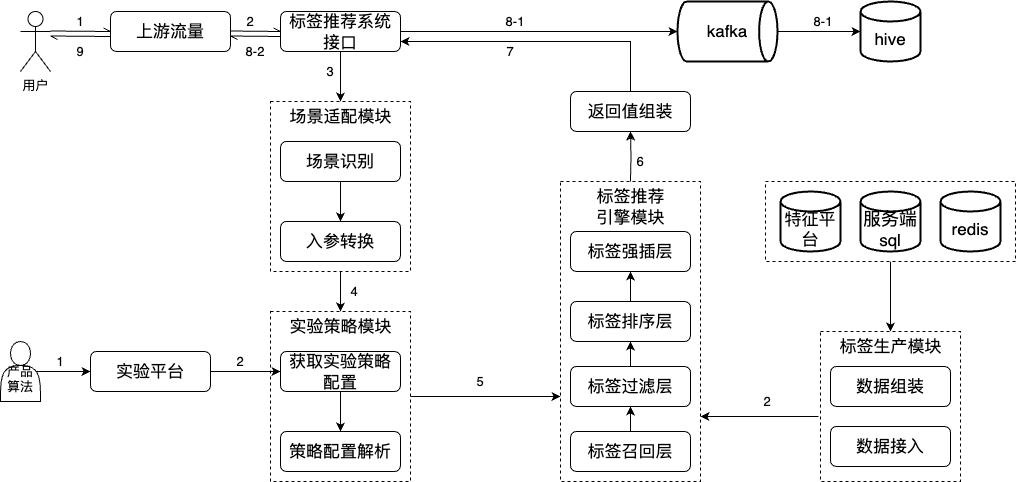
Above: work-draw-file/标签平台数据链路图.png in liujunao/draw-data (draw.io), before the change. Source tidied: cells renumbered, new cells last; positions are measured from the earlier drawing's top-left corner, leaving out a move shared by most shapes.
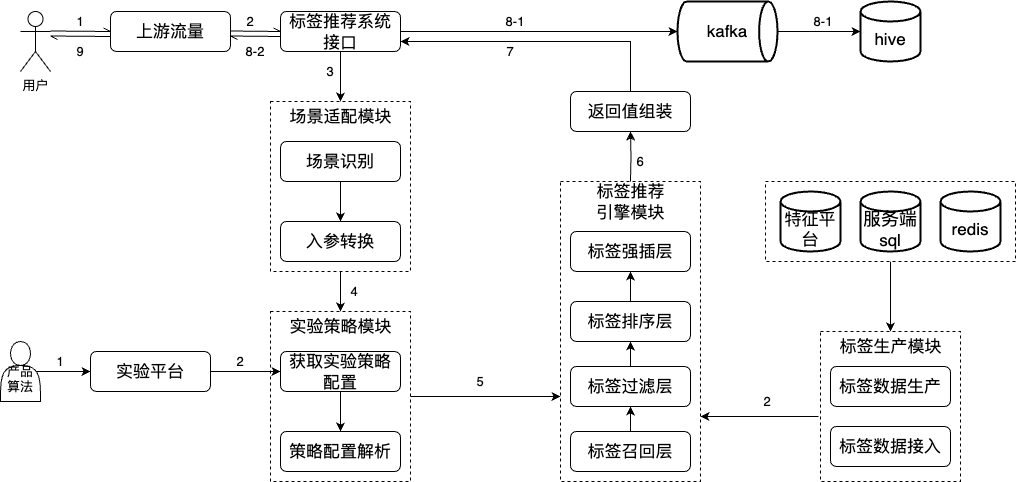
After the commit.

Commit message:
更新标签平台数据链路图.png

What changed in the source:
```diff
@@ -61,7 +61,7 @@
     <mxCell id="19" value="&lt;font size=&quot;3&quot;&gt;标签强插层&lt;/font&gt;" style="rounded=1;whiteSpace=wrap;html=1;" parent="1" vertex="1">
       <mxGeometry x="570" y="230" width="120" height="40" as="geometry" />
     </mxCell>
-    <mxCell id="20" value="&lt;font size=&quot;3&quot;&gt;数据接入&lt;/font&gt;" style="rounded=1;whiteSpace=wrap;html=1;" parent="1" vertex="1">
+    <mxCell id="20" value="&lt;font size=&quot;3&quot;&gt;标签数据接入&lt;/font&gt;" style="rounded=1;whiteSpace=wrap;html=1;" parent="1" vertex="1">
       <mxGeometry x="830" y="425" width="120" height="40" as="geometry" />
     </mxCell>
     <mxCell id="21" value="&lt;font size=&quot;3&quot;&gt;上游流量&lt;br&gt;&lt;/font&gt;" style="rounded=1;whiteSpace=wrap;html=1;" parent="1" vertex="1">
@@ -88,7 +88,7 @@
       </mxGeometry>
     </mxCell>
     <mxCell id="28" value="&lt;font size=&quot;3&quot;&gt;标签推荐&lt;br&gt;引擎模块&lt;/font&gt;" style="text;html=1;strokeColor=none;fillColor=none;align=center;verticalAlign=middle;whiteSpace=wrap;rounded=0;" parent="1" vertex="1">
-      <mxGeometry x="577.5" y="190" width="105" height="30" as="geometry" />
+      <mxGeometry x="577.5" y="180" width="105" height="40" as="geometry" />
     </mxCell>
     <mxCell id="29" style="edgeStyle=orthogonalEdgeStyle;rounded=0;jettySize=auto;html=1;exitX=0.5;exitY=0;exitDx=0;exitDy=0;entryX=0.5;entryY=1;entryDx=0;entryDy=0;" parent="1" edge="1" source="30" target="32">
       <mxGeometry relative="1" as="geometry" />
@@ -105,7 +105,7 @@
     <mxCell id="33" value="&lt;font size=&quot;3&quot;&gt;标签生产模块&lt;/font&gt;" style="text;html=1;strokeColor=none;fillColor=none;align=center;verticalAlign=middle;whiteSpace=wrap;rounded=0;" parent="1" vertex="1">
       <mxGeometry x="837.5" y="330" width="105" height="30" as="geometry" />
     </mxCell>
-    <mxCell id="34" value="&lt;font size=&quot;3&quot;&gt;数据组装&lt;/font&gt;" style="rounded=1;whiteSpace=wrap;html=1;" parent="1" vertex="1">
+    <mxCell id="34" value="&lt;font size=&quot;3&quot;&gt;标签数据生产&lt;/font&gt;" style="rounded=1;whiteSpace=wrap;html=1;" parent="1" vertex="1">
       <mxGeometry x="830" y="365" width="120" height="40" as="geometry" />
     </mxCell>
     <mxCell id="35" style="edgeStyle=orthogonalEdgeStyle;rounded=0;jettySize=auto;html=1;exitX=0.5;exitY=0;exitDx=0;exitDy=0;entryX=1;entryY=0.75;entryDx=0;entryDy=0;" parent="1" edge="1" source="36" target="10">
```
